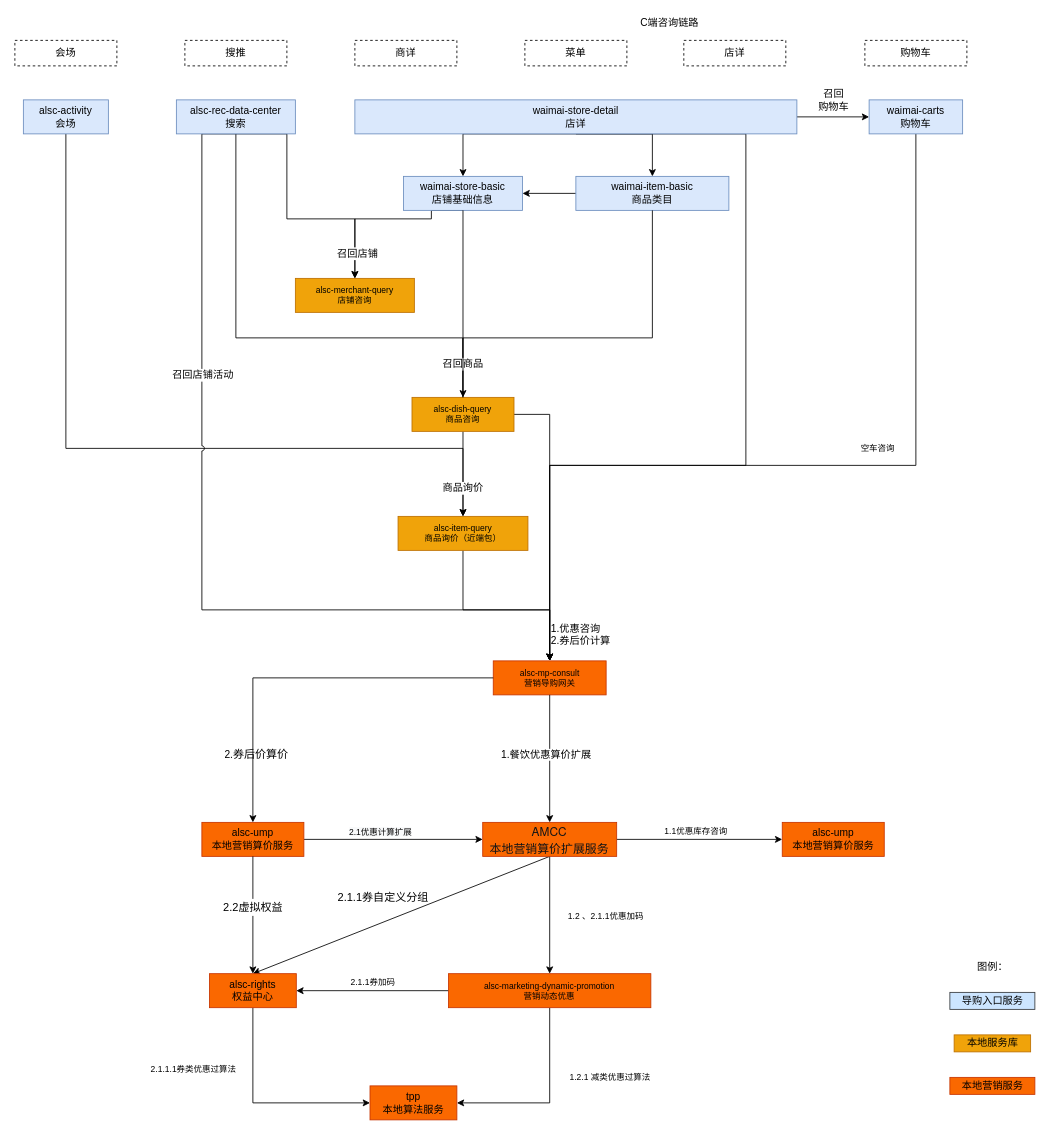
jon-kong/draw.io keeps this draw.io diagram as page "C端导购链路" (3 of 4) of 营销业务梳理.drawio. Above is the earlier version. Source tidied: cells renumbered, new cells numbered last; positions are measured from the earlier drawing's top-left corner, leaving out a move shared by most shapes. Both pictures are drawn from the tidied source at 85%, with x=0, y=0 at pixel (14, 14).
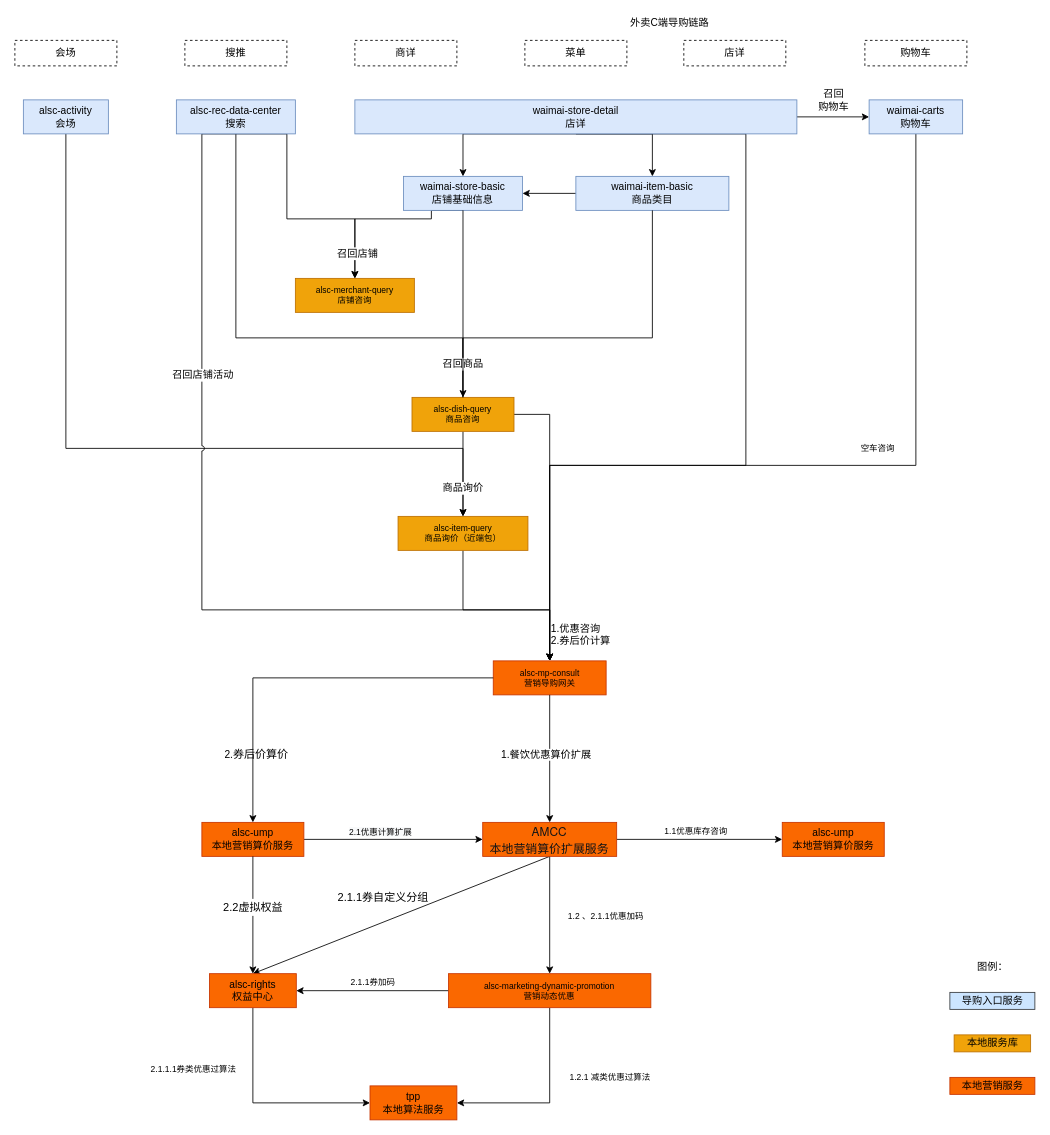
The same page after the edit.

Diff of the diagram source:
```diff
@@
-    <mxCell id="6" value="C端咨询链路" style="text;html=1;align=center;verticalAlign=middle;strokeColor=none;fillColor=none;fontSize=12;" parent="1" vertex="1">
-      <mxGeometry x="720" width="100" height="20" as="geometry" />
+    <mxCell id="6" value="外卖C端导购链路" style="text;html=1;align=center;verticalAlign=middle;strokeColor=none;fillColor=none;fontSize=12;" parent="1" vertex="1">
+      <mxGeometry x="710" width="120" height="20" as="geometry" />
     </mxCell>
```
